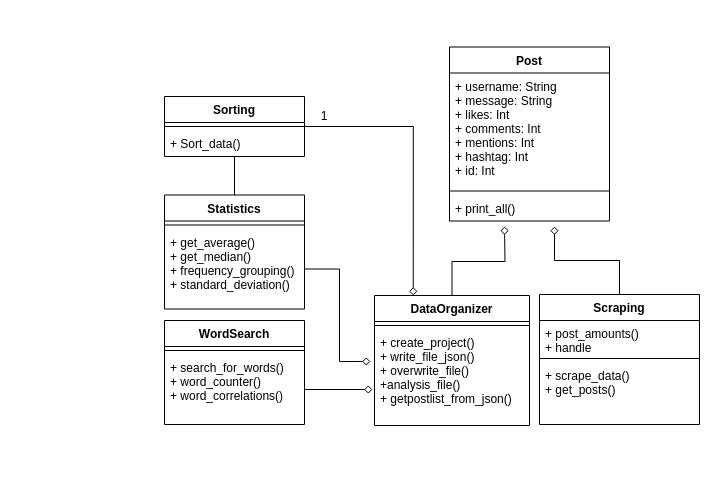
Above: class_diagram_tweeda.drawio in ztychr/tweeda (draw.io), before the change. Source tidied: cells renumbered, new cells numbered last; positions are measured from the earlier drawing's top-left corner, leaving out a move shared by most shapes. Both pictures are drawn from the tidied source at 100%, with x=0, y=0 at pixel (164, 46).
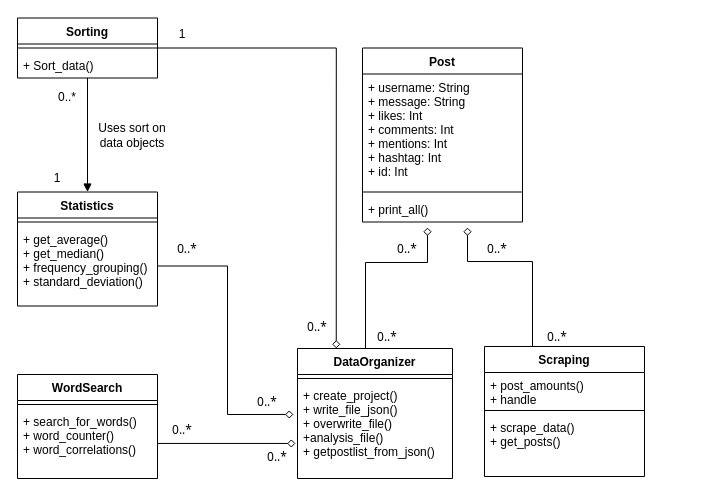
Above is the later version.

Unchanged cells that the change refers to:
```xml
<mxCell id="12" value="+ search_for_words()&#10;+ word_counter()&#10;+ word_correlations()&#10;" style="text;strokeColor=none;fillColor=none;align=left;verticalAlign=top;spacingLeft=4;spacingRight=4;overflow=hidden;points=[[0,0.5],[1,0.5]];portConstraint=eastwest;" parent="10" vertex="1">
  <mxGeometry y="34" width="140" height="70" as="geometry" />
</mxCell>
<mxCell id="20" value="+ create_project()&#10;+ write_file_json()&#10;+ overwrite_file()&#10;+analysis_file()&#10;+ getpostlist_from_json()&#10;&#10;" style="text;strokeColor=none;fillColor=none;align=left;verticalAlign=top;spacingLeft=4;spacingRight=4;overflow=hidden;points=[[0,0.5],[1,0.5]];portConstraint=eastwest;" parent="18" vertex="1">
  <mxGeometry y="34" width="155" height="96" as="geometry" />
</mxCell>
```

The edit, as a diff of the source:
```diff
@@
-    <mxCell id="2" style="edgeStyle=orthogonalEdgeStyle;rounded=0;jettySize=auto;html=1;entryX=0.5;entryY=0;entryDx=0;entryDy=0;strokeColor=#000000;endArrow=none;endFill=0;startArrow=none;startFill=0;" parent="1" edge="1" source="4" target="7">
+    <mxCell id="2" style="edgeStyle=orthogonalEdgeStyle;rounded=0;jettySize=auto;html=1;entryX=0.5;entryY=0;entryDx=0;entryDy=0;strokeColor=#000000;endArrow=block;endFill=1;startArrow=none;startFill=0;" parent="1" edge="1" source="4" target="7">
       <mxGeometry relative="1" as="geometry" />
     </mxCell>
@@
     <mxCell id="4" value="Sorting" style="swimlane;fontStyle=1;align=center;verticalAlign=top;horizontal=1;startSize=26;" parent="1" vertex="1">
-      <mxGeometry y="50" width="140" height="60" as="geometry" />
+      <mxGeometry x="-147" y="-28.5" width="140" height="60" as="geometry" />
     </mxCell>
@@
     <mxCell id="7" value="Statistics" style="swimlane;fontStyle=1;align=center;verticalAlign=top;horizontal=1;startSize=26;" parent="1" vertex="1">
-      <mxGeometry y="148.5" width="140" height="114" as="geometry" />
+      <mxGeometry x="-147" y="145.5" width="140" height="114" as="geometry" />
     </mxCell>
@@
     <mxCell id="10" value="WordSearch" style="swimlane;fontStyle=1;align=center;verticalAlign=top;horizontal=1;startSize=26;" parent="1" vertex="1">
-      <mxGeometry y="274" width="140" height="104" as="geometry" />
+      <mxGeometry x="-147" y="328" width="140" height="104" as="geometry" />
     </mxCell>
@@
     <mxCell id="13" value="Post" style="swimlane;fontStyle=1;align=center;verticalAlign=top;horizontal=1;startSize=26;" parent="1" vertex="1">
-      <mxGeometry x="285" y="0.5" width="160" height="174" as="geometry" />
+      <mxGeometry x="198" y="1.5" width="160" height="174" as="geometry" />
     </mxCell>
@@
     <mxCell id="17" style="edgeStyle=orthogonalEdgeStyle;rounded=0;jettySize=auto;html=1;startArrow=none;startFill=0;endArrow=diamond;endFill=0;strokeColor=#000000;" parent="1" edge="1" source="18">
       <mxGeometry relative="1" as="geometry">
-        <mxPoint x="340" y="180" as="targetPoint" />
+        <mxPoint x="263" y="181" as="targetPoint" />
+        <Array as="points">
+          <mxPoint x="201" y="216" />
+          <mxPoint x="263" y="216" />
+          <mxPoint x="263" y="181" />
+        </Array>
       </mxGeometry>
     </mxCell>
     <mxCell id="18" value="DataOrganizer" style="swimlane;fontStyle=1;align=center;verticalAlign=top;horizontal=1;startSize=26;" parent="1" vertex="1">
-      <mxGeometry x="210" y="249" width="155" height="130" as="geometry" />
+      <mxGeometry x="133" y="302" width="155" height="130" as="geometry" />
     </mxCell>
@@
     <mxCell id="21" style="edgeStyle=orthogonalEdgeStyle;rounded=0;jettySize=auto;html=1;startArrow=none;startFill=0;endArrow=diamond;endFill=0;strokeColor=#000000;" parent="1" edge="1" source="22">
       <mxGeometry relative="1" as="geometry">
-        <mxPoint x="390" y="180" as="targetPoint" />
+        <mxPoint x="303" y="181" as="targetPoint" />
         <Array as="points">
-          <mxPoint x="455" y="214" />
-          <mxPoint x="390" y="214" />
-          <mxPoint x="390" y="180" />
+          <mxPoint x="368" y="215" />
+          <mxPoint x="303" y="215" />
+          <mxPoint x="303" y="181" />
         </Array>
       </mxGeometry>
     </mxCell>
     <mxCell id="22" value="Scraping" style="swimlane;fontStyle=1;align=center;verticalAlign=top;horizontal=1;startSize=26;" parent="1" vertex="1">
-      <mxGeometry x="375" y="248" width="160" height="130" as="geometry" />
+      <mxGeometry x="320" y="300" width="160" height="130" as="geometry" />
     </mxCell>
@@
+    <mxCell id="28" value="1" style="text;html=1;strokeColor=none;fillColor=none;align=center;verticalAlign=middle;whiteSpace=wrap;rounded=0;" parent="1" vertex="1">
+      <mxGeometry x="-2" y="-22.5" width="40" height="20" as="geometry" />
+    </mxCell>
+    <mxCell id="29" value="&lt;font face=&quot;Tahoma&quot;&gt;0..*&lt;/font&gt;" style="text;html=1;strokeColor=none;fillColor=none;align=center;verticalAlign=middle;whiteSpace=wrap;rounded=0;" parent="1" vertex="1">
+      <mxGeometry x="133" y="271" width="40" height="20" as="geometry" />
+    </mxCell>
+    <mxCell id="30" value="&lt;font face=&quot;Tahoma&quot;&gt;0..*&lt;/font&gt;" style="text;html=1;strokeColor=none;fillColor=none;align=center;verticalAlign=middle;whiteSpace=wrap;rounded=0;" parent="1" vertex="1">
+      <mxGeometry x="93" y="401" width="40" height="20" as="geometry" />
+    </mxCell>
-    <mxCell id="27" style="edgeStyle=orthogonalEdgeStyle;rounded=0;jettySize=auto;html=1;entryX=-0.013;entryY=0.625;entryDx=0;entryDy=0;entryPerimeter=0;startArrow=none;startFill=0;endArrow=diamond;endFill=0;strokeColor=#000000;" parent="1" edge="1" source="12" target="20">
+    <mxCell id="27" style="edgeStyle=orthogonalEdgeStyle;rounded=0;jettySize=auto;html=1;startArrow=none;startFill=0;endArrow=diamond;endFill=0;strokeColor=#000000;entryX=-0.013;entryY=0.635;entryDx=0;entryDy=0;entryPerimeter=0;" parent="1" edge="1" source="12" target="20">
       <mxGeometry relative="1" as="geometry" />
     </mxCell>
-    <mxCell id="28" value="1" style="text;html=1;strokeColor=none;fillColor=none;align=center;verticalAlign=middle;whiteSpace=wrap;rounded=0;" parent="1" vertex="1">
-      <mxGeometry x="140" y="60" width="40" height="20" as="geometry" />
-    </mxCell>
+    <mxCell id="31" value="Uses sort on data objects" style="text;html=1;strokeColor=none;fillColor=none;align=center;verticalAlign=middle;whiteSpace=wrap;rounded=0;" parent="1" vertex="1">
+      <mxGeometry x="-67" y="79" width="70" height="20" as="geometry" />
+    </mxCell>
+    <mxCell id="32" value="0..*" style="text;html=1;strokeColor=none;fillColor=none;align=center;verticalAlign=middle;whiteSpace=wrap;rounded=0;" parent="1" vertex="1">
+      <mxGeometry x="-117" y="41" width="40" height="20" as="geometry" />
+    </mxCell>
+    <mxCell id="33" value="&lt;font face=&quot;Tahoma&quot;&gt;0..*&lt;/font&gt;" style="text;html=1;strokeColor=none;fillColor=none;align=center;verticalAlign=middle;whiteSpace=wrap;rounded=0;" parent="1" vertex="1">
+      <mxGeometry x="223" y="192.5" width="40" height="20" as="geometry" />
+    </mxCell>
+    <mxCell id="34" value="&lt;font face=&quot;Tahoma&quot;&gt;0..*&lt;/font&gt;" style="text;html=1;strokeColor=none;fillColor=none;align=center;verticalAlign=middle;whiteSpace=wrap;rounded=0;" parent="1" vertex="1">
+      <mxGeometry x="203" y="281" width="40" height="20" as="geometry" />
+    </mxCell>
+    <mxCell id="35" value="&lt;font face=&quot;Tahoma&quot;&gt;0..*&lt;/font&gt;" style="text;html=1;strokeColor=none;fillColor=none;align=center;verticalAlign=middle;whiteSpace=wrap;rounded=0;" parent="1" vertex="1">
+      <mxGeometry x="313" y="192.5" width="40" height="20" as="geometry" />
+    </mxCell>
+    <mxCell id="36" value="&lt;font face=&quot;Tahoma&quot;&gt;0..*&lt;/font&gt;" style="text;html=1;strokeColor=none;fillColor=none;align=center;verticalAlign=middle;whiteSpace=wrap;rounded=0;" parent="1" vertex="1">
+      <mxGeometry x="373" y="281" width="40" height="20" as="geometry" />
+    </mxCell>
+    <mxCell id="37" value="&lt;font face=&quot;Tahoma&quot;&gt;0..*&lt;/font&gt;" style="text;html=1;strokeColor=none;fillColor=none;align=center;verticalAlign=middle;whiteSpace=wrap;rounded=0;" parent="1" vertex="1">
+      <mxGeometry x="83" y="346" width="40" height="20" as="geometry" />
+    </mxCell>
+    <mxCell id="38" value="0&lt;font face=&quot;Tahoma&quot;&gt;..*&lt;/font&gt;" style="text;html=1;strokeColor=none;fillColor=none;align=center;verticalAlign=middle;whiteSpace=wrap;rounded=0;" parent="1" vertex="1">
+      <mxGeometry x="3" y="192.5" width="40" height="20" as="geometry" />
+    </mxCell>
+    <mxCell id="39" value="&lt;font face=&quot;Tahoma&quot;&gt;0..*&lt;/font&gt;" style="text;html=1;strokeColor=none;fillColor=none;align=center;verticalAlign=middle;whiteSpace=wrap;rounded=0;" parent="1" vertex="1">
+      <mxGeometry x="-2" y="374" width="40" height="20" as="geometry" />
+    </mxCell>
+    <mxCell id="40" value="1" style="text;html=1;strokeColor=none;fillColor=none;align=center;verticalAlign=middle;whiteSpace=wrap;rounded=0;" parent="1" vertex="1">
+      <mxGeometry x="-127" y="121.5" width="40" height="20" as="geometry" />
+    </mxCell>
```
